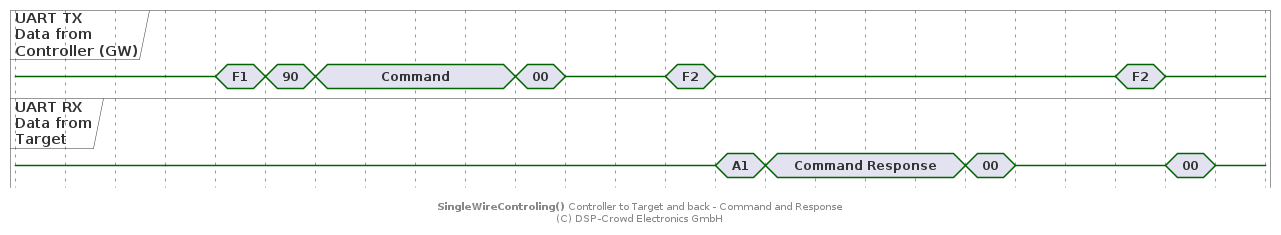
The PlantUML diagram doc/system/protocol/B1_swt-ctrl-to-target_cmd_cmd-resp.png in NoOrientationProgramming/code-orb, before a commit.
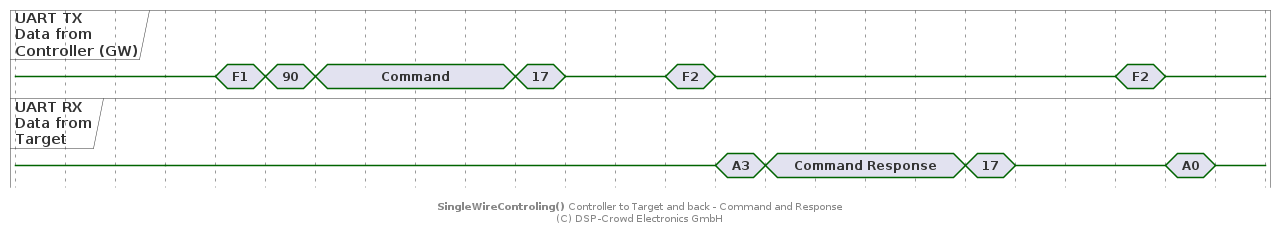
The same diagram one commit later.

Change to the diagram source:
```diff
@@ -23,7 +23,7 @@
 ctrl is "Command"
 
 @+80
-ctrl is "00"
+ctrl is "17"
 
 @+20
 ctrl is {-}
@@ -33,13 +33,13 @@
 
 @+20
 ctrl is {-}
-tar is "A1"
+tar is "A3"
 
 @+20
 tar is "Command Response"
 
 @+80
-tar is "00"
+tar is "17"
 
 @+20
 tar is {-}
@@ -49,7 +49,7 @@
 
 @+20
 ctrl is {-}
-tar is "00"
+tar is "A0"
 
 @+20
 tar is {-}
```
